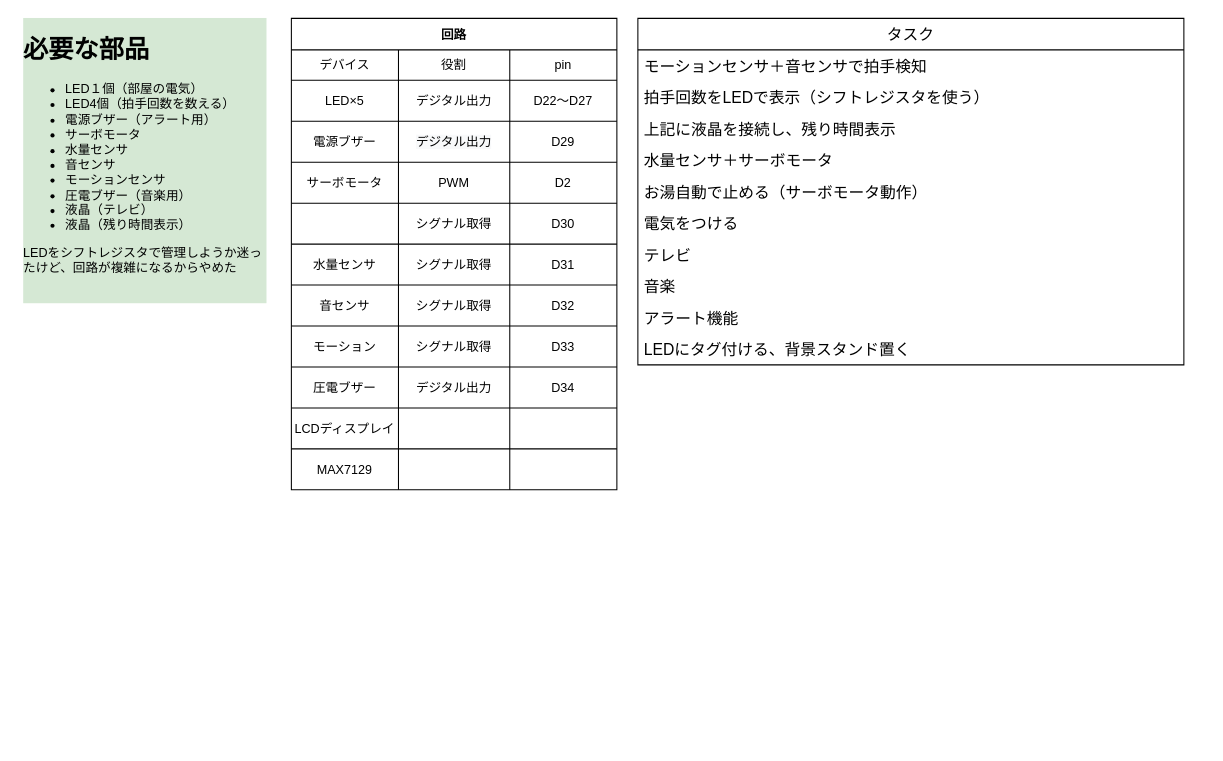
AK-8420/documents_2021_Arduino_arch keeps this draw.io diagram as page "Page-2" (3 of 3) of SmartBath.drawio. Above is the earlier version. Source tidied: cells renumbered, new cells numbered last; positions are measured from the earlier drawing's top-left corner, leaving out a move shared by most shapes. Both pictures are drawn from the tidied source at 105%, with x=0, y=0 at pixel (18, 18).
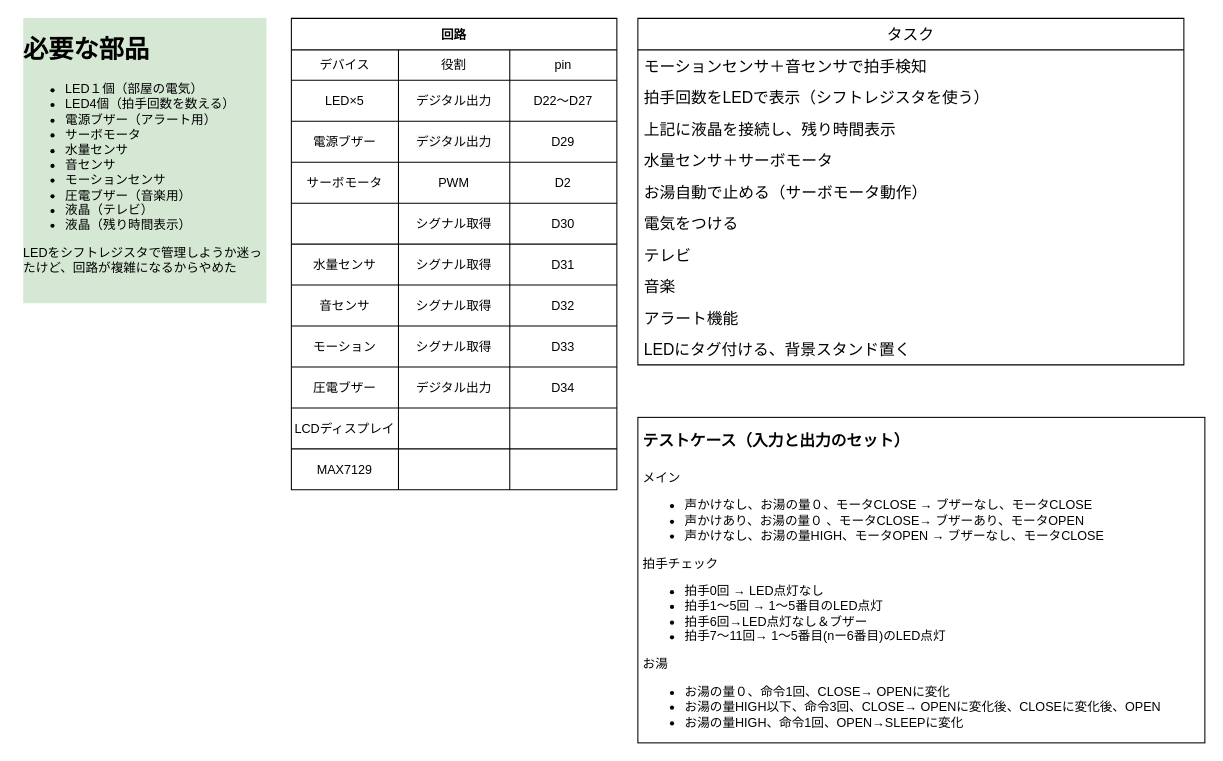
The same diagram, later.

What changed in the source:
```diff
@@
+    <mxCell id="59" value="&lt;h1&gt;&lt;font color=&quot;#000000&quot; style=&quot;font-size: 15px&quot;&gt;テストケース（入力と出力のセット）&lt;/font&gt;&lt;/h1&gt;&lt;p&gt;&lt;font color=&quot;#000000&quot;&gt;メイン&lt;/font&gt;&lt;/p&gt;&lt;p&gt;&lt;/p&gt;&lt;ul&gt;&lt;li&gt;&lt;font color=&quot;#000000&quot;&gt;声かけなし、お湯の量０、モータCLOSE&amp;nbsp;→ ブザーなし、モータCLOSE&lt;/font&gt;&lt;/li&gt;&lt;li&gt;&lt;font color=&quot;#000000&quot;&gt;声かけあり、お湯の量０ 、モータCLOSE→ ブザーあり、モータOPEN&lt;/font&gt;&lt;/li&gt;&lt;li&gt;&lt;font color=&quot;#000000&quot;&gt;声かけなし、お湯の量HIGH、モータOPEN&amp;nbsp;→ ブザーなし、モータCLOSE&lt;/font&gt;&lt;/li&gt;&lt;/ul&gt;&lt;div&gt;&lt;font color=&quot;#000000&quot;&gt;拍手チェック&lt;/font&gt;&lt;/div&gt;&lt;div&gt;&lt;ul&gt;&lt;li&gt;&lt;font color=&quot;#000000&quot;&gt;拍手0回 → LED点灯なし&lt;/font&gt;&lt;/li&gt;&lt;li&gt;&lt;font color=&quot;#000000&quot;&gt;拍手1～5回 → 1～5番目のLED点灯&lt;/font&gt;&lt;/li&gt;&lt;li&gt;&lt;font color=&quot;#000000&quot;&gt;拍手6回→LED点灯なし＆ブザー&lt;/font&gt;&lt;/li&gt;&lt;li&gt;&lt;font color=&quot;#000000&quot;&gt;拍手7～11回→&amp;nbsp;1～5番目(nー6番目)のLED点灯&lt;/font&gt;&lt;/li&gt;&lt;/ul&gt;&lt;div&gt;&lt;font color=&quot;#000000&quot;&gt;お湯&lt;/font&gt;&lt;/div&gt;&lt;/div&gt;&lt;div&gt;&lt;ul&gt;&lt;li&gt;&lt;font color=&quot;#000000&quot;&gt;お湯の量０、命令1回、CLOSE→ OPENに変化&lt;/font&gt;&lt;/li&gt;&lt;li&gt;&lt;font color=&quot;#000000&quot;&gt;お湯の量HIGH以下、命令3回、CLOSE→ OPENに変化後、CLOSEに変化後、OPEN&lt;/font&gt;&lt;/li&gt;&lt;li&gt;&lt;font color=&quot;#000000&quot;&gt;お湯の量HIGH、命令1回、OPEN→SLEEPに変化&amp;nbsp;&lt;/font&gt;&lt;br&gt;&lt;/li&gt;&lt;/ul&gt;&lt;/div&gt;&lt;p&gt;&lt;/p&gt;" style="text;html=1;spacing=5;spacingTop=-20;whiteSpace=wrap;overflow=hidden;rounded=0;strokeColor=default;" parent="1" vertex="1">
+      <mxGeometry x="590" y="380" width="540" height="310" as="geometry" />
+    </mxCell>
```
